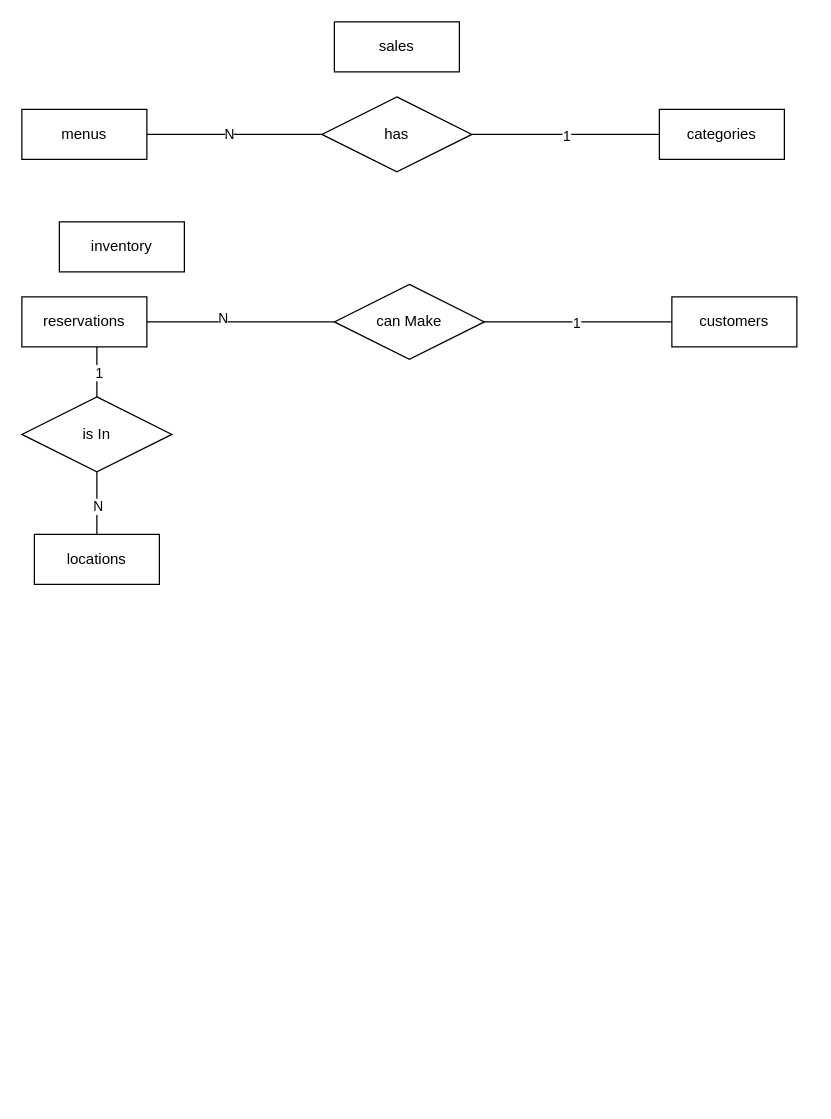
youbrajrai/youbrajrai keeps this draw.io diagram as erDiagram.drawio. Above is the earlier version. Source tidied: cells renumbered, new cells numbered last; positions are measured from the earlier drawing's top-left corner, leaving out a move shared by most shapes. Both pictures are drawn from the tidied source at 125%, with x=0, y=0 at pixel (21, 21).
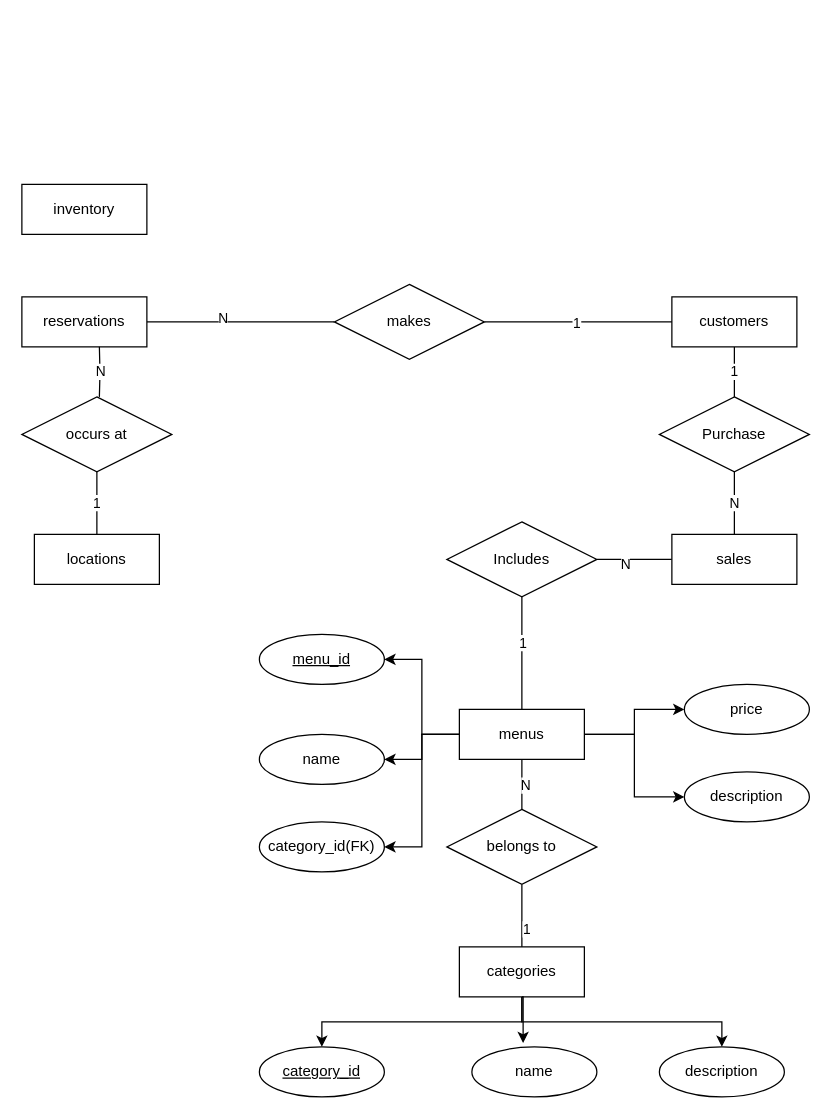
The same diagram, later.

The change refers to these unchanged cells:
```xml
<mxCell id="2" value="customers" style="whiteSpace=wrap;html=1;align=center;" parent="1" vertex="1">
  <mxGeometry x="520" y="220" width="100" height="40" as="geometry" />
</mxCell>
<mxCell id="6" value="locations" style="whiteSpace=wrap;html=1;align=center;" parent="1" vertex="1">
  <mxGeometry x="10" y="410" width="100" height="40" as="geometry" />
</mxCell>
<mxCell id="13" value="reservations" style="whiteSpace=wrap;html=1;align=center;" parent="1" vertex="1">
  <mxGeometry y="220" width="100" height="40" as="geometry" />
</mxCell>
```

The edit, as a diff of the source:
```diff
@@
+    <mxCell id="24" value="1" style="edgeStyle=orthogonalEdgeStyle;rounded=0;jettySize=auto;html=1;exitX=0.5;exitY=1;exitDx=0;exitDy=0;entryX=0.5;entryY=0;entryDx=0;entryDy=0;endArrow=none;endFill=0;" parent="1" edge="1" source="2" target="42">
+      <mxGeometry relative="1" as="geometry" />
+    </mxCell>
@@
+    <mxCell id="25" style="edgeStyle=orthogonalEdgeStyle;rounded=0;jettySize=auto;html=1;exitX=0.5;exitY=0;exitDx=0;exitDy=0;entryX=0.5;entryY=1;entryDx=0;entryDy=0;endArrow=none;endFill=0;" parent="1" edge="1" source="3" target="17">
+      <mxGeometry relative="1" as="geometry" />
+    </mxCell>
+    <mxCell id="26" value="1" style="edgeLabel;html=1;align=center;verticalAlign=middle;" parent="25" vertex="1">
+      <mxGeometry x="-0.4" y="-3" relative="1" as="geometry" />
+    </mxCell>
+    <mxCell id="27" style="edgeStyle=orthogonalEdgeStyle;rounded=0;jettySize=auto;html=1;exitX=0.5;exitY=1;exitDx=0;exitDy=0;entryX=0.5;entryY=0;entryDx=0;entryDy=0;" parent="1" edge="1" target="44">
+      <mxGeometry relative="1" as="geometry">
+        <mxPoint x="410" y="840" as="sourcePoint" />
+      </mxGeometry>
+    </mxCell>
+    <mxCell id="28" style="edgeStyle=orthogonalEdgeStyle;rounded=0;jettySize=auto;html=1;exitX=0.5;exitY=1;exitDx=0;exitDy=0;entryX=0.5;entryY=0;entryDx=0;entryDy=0;" parent="1" edge="1" source="3" target="46">
+      <mxGeometry relative="1" as="geometry" />
+    </mxCell>
+    <mxCell id="29" style="edgeStyle=orthogonalEdgeStyle;rounded=0;jettySize=auto;html=1;exitX=0.5;exitY=1;exitDx=0;exitDy=0;entryX=0.5;entryY=0;entryDx=0;entryDy=0;" parent="1" edge="1" source="3" target="45">
+      <mxGeometry relative="1" as="geometry" />
+    </mxCell>
     <mxCell id="3" value="categories" style="whiteSpace=wrap;html=1;align=center;" parent="1" vertex="1">
-      <mxGeometry x="510" y="70" width="100" height="40" as="geometry" />
+      <mxGeometry x="350" y="740" width="100" height="40" as="geometry" />
     </mxCell>
-    <mxCell id="4" style="edgeStyle=orthogonalEdgeStyle;rounded=0;jettySize=auto;html=1;exitX=0.5;exitY=0;exitDx=0;exitDy=0;endArrow=none;endFill=0;" parent="1" edge="1" source="6" target="21">
+    <mxCell id="4" value="1" style="edgeStyle=orthogonalEdgeStyle;rounded=0;jettySize=auto;html=1;exitX=0.5;exitY=0;exitDx=0;exitDy=0;endArrow=none;endFill=0;" parent="1" edge="1" source="6" target="21">
       <mxGeometry relative="1" as="geometry" />
     </mxCell>
-    <mxCell id="5" value="N" style="edgeLabel;html=1;align=center;verticalAlign=middle;" parent="4" vertex="1">
-      <mxGeometry x="-0.08" relative="1" as="geometry" />
-    </mxCell>
@@
     <mxCell id="7" value="inventory" style="whiteSpace=wrap;html=1;align=center;" parent="1" vertex="1">
-      <mxGeometry x="30" y="160" width="100" height="40" as="geometry" />
+      <mxGeometry y="130" width="100" height="40" as="geometry" />
     </mxCell>
-    <mxCell id="8" style="edgeStyle=orthogonalEdgeStyle;rounded=0;jettySize=auto;html=1;exitX=1;exitY=0.5;exitDx=0;exitDy=0;entryX=0;entryY=0.5;entryDx=0;entryDy=0;endArrow=none;endFill=0;" parent="1" edge="1" source="10" target="17">
+    <mxCell id="8" style="edgeStyle=orthogonalEdgeStyle;rounded=0;jettySize=auto;html=1;exitX=0.5;exitY=1;exitDx=0;exitDy=0;entryX=0.5;entryY=0;entryDx=0;entryDy=0;endArrow=none;endFill=0;" parent="1" edge="1" source="10" target="17">
       <mxGeometry relative="1" as="geometry" />
     </mxCell>
-    <mxCell id="9" value="N" style="edgeLabel;html=1;align=center;verticalAlign=middle;" parent="8" vertex="1">
-      <mxGeometry x="-0.07" y="1" relative="1" as="geometry" />
-    </mxCell>
+    <mxCell id="30" value="N" style="edgeLabel;html=1;align=center;verticalAlign=middle;" parent="8" vertex="1">
+      <mxGeometry x="0.02" y="2" relative="1" as="geometry" />
+    </mxCell>
+    <mxCell id="31" style="edgeStyle=orthogonalEdgeStyle;rounded=0;jettySize=auto;html=1;exitX=0.5;exitY=0;exitDx=0;exitDy=0;entryX=0.5;entryY=1;entryDx=0;entryDy=0;endArrow=none;endFill=0;" parent="1" edge="1" source="10" target="43">
+      <mxGeometry relative="1" as="geometry" />
+    </mxCell>
+    <mxCell id="32" value="1" style="edgeLabel;html=1;align=center;verticalAlign=middle;" parent="31" vertex="1">
+      <mxGeometry x="0.2" relative="1" as="geometry" />
+    </mxCell>
+    <mxCell id="33" style="edgeStyle=orthogonalEdgeStyle;rounded=0;jettySize=auto;html=1;exitX=0;exitY=0.5;exitDx=0;exitDy=0;entryX=1;entryY=0.5;entryDx=0;entryDy=0;" parent="1" edge="1" source="10" target="48">
+      <mxGeometry relative="1" as="geometry" />
+    </mxCell>
+    <mxCell id="34" style="edgeStyle=orthogonalEdgeStyle;rounded=0;jettySize=auto;html=1;exitX=0;exitY=0.5;exitDx=0;exitDy=0;entryX=1;entryY=0.5;entryDx=0;entryDy=0;" parent="1" edge="1" source="10" target="47">
+      <mxGeometry relative="1" as="geometry" />
+    </mxCell>
+    <mxCell id="35" style="edgeStyle=orthogonalEdgeStyle;rounded=0;jettySize=auto;html=1;exitX=1;exitY=0.5;exitDx=0;exitDy=0;entryX=0;entryY=0.5;entryDx=0;entryDy=0;" parent="1" edge="1" source="10" target="50">
+      <mxGeometry relative="1" as="geometry" />
+    </mxCell>
+    <mxCell id="36" style="edgeStyle=orthogonalEdgeStyle;rounded=0;jettySize=auto;html=1;exitX=1;exitY=0.5;exitDx=0;exitDy=0;entryX=0;entryY=0.5;entryDx=0;entryDy=0;" parent="1" edge="1" source="10" target="49">
+      <mxGeometry relative="1" as="geometry" />
+    </mxCell>
+    <mxCell id="37" style="edgeStyle=orthogonalEdgeStyle;rounded=0;jettySize=auto;html=1;exitX=0;exitY=0.5;exitDx=0;exitDy=0;entryX=1;entryY=0.5;entryDx=0;entryDy=0;" parent="1" edge="1" source="10" target="51">
+      <mxGeometry relative="1" as="geometry" />
+    </mxCell>
     <mxCell id="10" value="menus" style="whiteSpace=wrap;html=1;align=center;" parent="1" vertex="1">
-      <mxGeometry y="70" width="100" height="40" as="geometry" />
+      <mxGeometry x="350" y="550" width="100" height="40" as="geometry" />
     </mxCell>
@@
+    <mxCell id="38" style="edgeStyle=orthogonalEdgeStyle;rounded=0;jettySize=auto;html=1;exitX=0;exitY=0.5;exitDx=0;exitDy=0;entryX=1;entryY=0.5;entryDx=0;entryDy=0;endArrow=none;endFill=0;" parent="1" edge="1" source="14" target="43">
+      <mxGeometry relative="1" as="geometry" />
+    </mxCell>
+    <mxCell id="39" value="N" style="edgeLabel;html=1;align=center;verticalAlign=middle;" parent="38" vertex="1">
+      <mxGeometry x="0.27" y="3" relative="1" as="geometry" />
+    </mxCell>
     <mxCell id="14" value="sales" style="whiteSpace=wrap;html=1;align=center;" parent="1" vertex="1">
-      <mxGeometry x="250" width="100" height="40" as="geometry" />
+      <mxGeometry x="520" y="410" width="100" height="40" as="geometry" />
     </mxCell>
-    <mxCell id="15" style="edgeStyle=orthogonalEdgeStyle;rounded=0;jettySize=auto;html=1;exitX=1;exitY=0.5;exitDx=0;exitDy=0;entryX=0;entryY=0.5;entryDx=0;entryDy=0;endArrow=none;endFill=0;" parent="1" edge="1" source="17" target="3">
-      <mxGeometry relative="1" as="geometry" />
-    </mxCell>
-    <mxCell id="16" value="1" style="edgeLabel;html=1;align=center;verticalAlign=middle;" parent="15" vertex="1">
-      <mxGeometry y="-1" relative="1" as="geometry" />
-    </mxCell>
-    <mxCell id="17" value="has" style="shape=rhombus;perimeter=rhombusPerimeter;whiteSpace=wrap;html=1;align=center;" parent="1" vertex="1">
-      <mxGeometry x="240" y="60" width="120" height="60" as="geometry" />
+    <mxCell id="17" value="belongs to" style="shape=rhombus;perimeter=rhombusPerimeter;whiteSpace=wrap;html=1;align=center;" parent="1" vertex="1">
+      <mxGeometry x="340" y="630" width="120" height="60" as="geometry" />
     </mxCell>
@@
-    <mxCell id="20" value="can Make" style="shape=rhombus;perimeter=rhombusPerimeter;whiteSpace=wrap;html=1;align=center;" parent="1" vertex="1">
+    <mxCell id="20" value="makes" style="shape=rhombus;perimeter=rhombusPerimeter;whiteSpace=wrap;html=1;align=center;" parent="1" vertex="1">
       <mxGeometry x="250" y="210" width="120" height="60" as="geometry" />
     </mxCell>
-    <mxCell id="21" value="is In" style="shape=rhombus;perimeter=rhombusPerimeter;whiteSpace=wrap;html=1;align=center;" parent="1" vertex="1">
+    <mxCell id="21" value="occurs at" style="shape=rhombus;perimeter=rhombusPerimeter;whiteSpace=wrap;html=1;align=center;" parent="1" vertex="1">
       <mxGeometry y="300" width="120" height="60" as="geometry" />
     </mxCell>
-    <mxCell id="22" style="edgeStyle=orthogonalEdgeStyle;rounded=0;jettySize=auto;html=1;exitX=0.5;exitY=0;exitDx=0;exitDy=0;entryX=0.6;entryY=1;entryDx=0;entryDy=0;entryPerimeter=0;endArrow=none;endFill=0;" parent="1" edge="1" source="21" target="13">
-      <mxGeometry relative="1" as="geometry" />
+    <mxCell id="22" style="edgeStyle=orthogonalEdgeStyle;rounded=0;orthogonalLoop=1;jettySize=auto;html=1;exitX=0.5;exitY=0;exitDx=0;exitDy=0;entryX=0.6;entryY=1;entryDx=0;entryDy=0;entryPerimeter=0;endArrow=none;endFill=0;" parent="1" edge="1">
+      <mxGeometry relative="1" as="geometry">
+        <mxPoint x="62" y="300" as="sourcePoint" />
+        <mxPoint x="62" y="260" as="targetPoint" />
+      </mxGeometry>
     </mxCell>
-    <mxCell id="23" value="1" style="edgeLabel;html=1;align=center;verticalAlign=middle;" parent="22" vertex="1">
-      <mxGeometry y="-1" relative="1" as="geometry" />
-    </mxCell>
+    <mxCell id="40" value="N" style="edgeLabel;html=1;align=center;verticalAlign=middle;" parent="22" vertex="1">
+      <mxGeometry x="0.1" relative="1" as="geometry" />
+    </mxCell>
+    <mxCell id="41" value="N" style="edgeStyle=orthogonalEdgeStyle;rounded=0;jettySize=auto;html=1;exitX=0.5;exitY=1;exitDx=0;exitDy=0;endArrow=none;endFill=0;" parent="1" edge="1" source="42" target="14">
+      <mxGeometry relative="1" as="geometry" />
+    </mxCell>
+    <mxCell id="42" value="Purchase" style="shape=rhombus;perimeter=rhombusPerimeter;whiteSpace=wrap;html=1;align=center;" parent="1" vertex="1">
+      <mxGeometry x="510" y="300" width="120" height="60" as="geometry" />
+    </mxCell>
+    <mxCell id="43" value="Includes" style="shape=rhombus;perimeter=rhombusPerimeter;whiteSpace=wrap;html=1;align=center;" parent="1" vertex="1">
+      <mxGeometry x="340" y="400" width="120" height="60" as="geometry" />
+    </mxCell>
+    <mxCell id="44" value="name" style="ellipse;whiteSpace=wrap;html=1;align=center;" parent="1" vertex="1">
+      <mxGeometry x="360" y="820" width="100" height="40" as="geometry" />
+    </mxCell>
+    <mxCell id="45" value="category_id" style="ellipse;whiteSpace=wrap;html=1;align=center;fontStyle=4;" parent="1" vertex="1">
+      <mxGeometry x="190" y="820" width="100" height="40" as="geometry" />
+    </mxCell>
+    <mxCell id="46" value="description" style="ellipse;whiteSpace=wrap;html=1;align=center;" parent="1" vertex="1">
+      <mxGeometry x="510" y="820" width="100" height="40" as="geometry" />
+    </mxCell>
+    <mxCell id="47" value="name" style="ellipse;whiteSpace=wrap;html=1;align=center;" parent="1" vertex="1">
+      <mxGeometry x="190" y="570" width="100" height="40" as="geometry" />
+    </mxCell>
+    <mxCell id="48" value="menu_id" style="ellipse;whiteSpace=wrap;html=1;align=center;fontStyle=4;" parent="1" vertex="1">
+      <mxGeometry x="190" y="490" width="100" height="40" as="geometry" />
+    </mxCell>
+    <mxCell id="49" value="description" style="ellipse;whiteSpace=wrap;html=1;align=center;" parent="1" vertex="1">
+      <mxGeometry x="530" y="600" width="100" height="40" as="geometry" />
+    </mxCell>
+    <mxCell id="50" value="price" style="ellipse;whiteSpace=wrap;html=1;align=center;" parent="1" vertex="1">
+      <mxGeometry x="530" y="530" width="100" height="40" as="geometry" />
+    </mxCell>
+    <mxCell id="51" value="category_id(FK)" style="ellipse;whiteSpace=wrap;html=1;align=center;" parent="1" vertex="1">
+      <mxGeometry x="190" y="640" width="100" height="40" as="geometry" />
+    </mxCell>
+    <mxCell id="52" style="edgeStyle=orthogonalEdgeStyle;rounded=0;jettySize=auto;html=1;exitX=0.5;exitY=1;exitDx=0;exitDy=0;entryX=0.41;entryY=-0.075;entryDx=0;entryDy=0;entryPerimeter=0;" parent="1" edge="1" source="3" target="44">
+      <mxGeometry relative="1" as="geometry" />
+    </mxCell>
```
